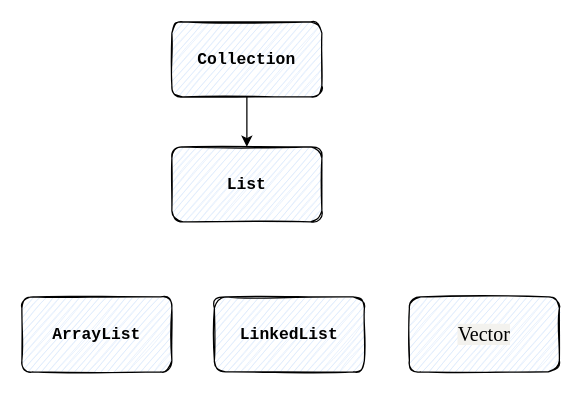
Earlier version of the draw.io diagram 关于List集合.drawio (JavaLiuTongXue/repo2). Source tidied: cells renumbered, new cells numbered last; positions are measured from the earlier drawing's top-left corner, leaving out a move shared by most shapes. Both pictures are drawn from the tidied source at 125%, with x=0, y=0 at pixel (21, 21).
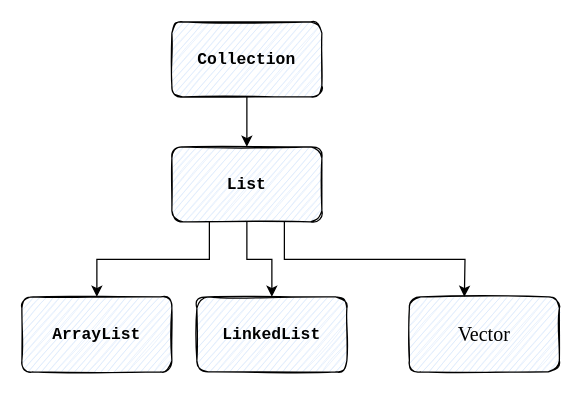
Above is the later version.

Commit message (it also covers changes not shown here):
更新关于List集合.drawio

What changed in the source:
```diff
@@
 <mxGraphModel>
   <root>
     <mxCell id="0" />
     <mxCell id="1" parent="0" />
     <mxCell id="2" style="edgeStyle=orthogonalEdgeStyle;rounded=0;jettySize=auto;html=1;exitX=0.5;exitY=1;exitDx=0;exitDy=0;entryX=0.5;entryY=0;entryDx=0;entryDy=0;fontColor=#000000;" parent="1" edge="1" source="3" target="4">
       <mxGeometry relative="1" as="geometry" />
     </mxCell>
     <mxCell id="3" value="&lt;pre style=&quot;font-family: &amp;#34;jetbrains mono&amp;#34; , monospace ; font-size: 9.8pt&quot;&gt;&lt;b&gt;Collection&lt;/b&gt;&lt;/pre&gt;" style="rounded=1;whiteSpace=wrap;html=1;fillColor=#dae8fc;strokeColor=#000000;gradientColor=none;sketch=1;shadow=0;glass=0;" parent="1" vertex="1">
       <mxGeometry x="120" width="120" height="60" as="geometry" />
     </mxCell>
+    <mxCell id="8" style="edgeStyle=orthogonalEdgeStyle;rounded=0;jettySize=auto;html=1;exitX=0.25;exitY=1;exitDx=0;exitDy=0;entryX=0.5;entryY=0;entryDx=0;entryDy=0;fontColor=#000000;" parent="1" edge="1" source="4" target="5">
+      <mxGeometry relative="1" as="geometry" />
+    </mxCell>
+    <mxCell id="9" style="edgeStyle=orthogonalEdgeStyle;rounded=0;jettySize=auto;html=1;exitX=0.5;exitY=1;exitDx=0;exitDy=0;fontColor=#000000;" parent="1" edge="1" source="4" target="6">
+      <mxGeometry relative="1" as="geometry" />
+    </mxCell>
     <mxCell id="4" value="&lt;pre style=&quot;font-family: &amp;#34;jetbrains mono&amp;#34; , monospace ; font-size: 9.8pt&quot;&gt;&lt;b&gt;List&lt;/b&gt;&lt;/pre&gt;" style="rounded=1;whiteSpace=wrap;html=1;fillColor=#dae8fc;strokeColor=#000000;gradientColor=none;sketch=1;shadow=0;glass=0;" parent="1" vertex="1">
       <mxGeometry x="120" y="100" width="120" height="60" as="geometry" />
     </mxCell>
     <mxCell id="5" value="&lt;pre style=&quot;font-family: &amp;#34;jetbrains mono&amp;#34; , monospace ; font-size: 9.8pt&quot;&gt;&lt;b&gt;ArrayList&lt;/b&gt;&lt;/pre&gt;" style="rounded=1;whiteSpace=wrap;html=1;fillColor=#dae8fc;strokeColor=#000000;gradientColor=none;sketch=1;shadow=0;glass=0;" parent="1" vertex="1">
       <mxGeometry y="220" width="120" height="60" as="geometry" />
     </mxCell>
     <mxCell id="6" value="&lt;pre style=&quot;font-family: &amp;#34;jetbrains mono&amp;#34; , monospace ; font-size: 9.8pt&quot;&gt;&lt;b&gt;LinkedList&lt;/b&gt;&lt;/pre&gt;" style="rounded=1;whiteSpace=wrap;html=1;fillColor=#dae8fc;strokeColor=#000000;gradientColor=none;sketch=1;shadow=0;glass=0;" parent="1" vertex="1">
-      <mxGeometry x="154" y="220" width="120" height="60" as="geometry" />
+      <mxGeometry x="140" y="220" width="120" height="60" as="geometry" />
     </mxCell>
-    <mxCell id="7" value="&lt;span style=&quot;font-family: &amp;#34;pt serif&amp;#34; , &amp;#34;times new roman&amp;#34; , &amp;#34;times&amp;#34; , serif ; font-size: 16px ; background-color: rgb(243 , 242 , 238)&quot;&gt;Vector&lt;/span&gt;" style="rounded=1;whiteSpace=wrap;html=1;fillColor=#dae8fc;strokeColor=#000000;gradientColor=none;sketch=1;shadow=0;glass=0;" parent="1" vertex="1">
+    <mxCell id="7" value="&lt;span style=&quot;font-family: &amp;#34;pt serif&amp;#34; , &amp;#34;times new roman&amp;#34; , &amp;#34;times&amp;#34; , serif ; font-size: 16px&quot;&gt;Vector&lt;/span&gt;" style="rounded=1;whiteSpace=wrap;html=1;fillColor=#dae8fc;strokeColor=#000000;gradientColor=none;sketch=1;shadow=0;glass=0;" parent="1" vertex="1">
       <mxGeometry x="310" y="220" width="120" height="60" as="geometry" />
     </mxCell>
+    <mxCell id="10" style="edgeStyle=orthogonalEdgeStyle;rounded=0;jettySize=auto;html=1;exitX=0.75;exitY=1;exitDx=0;exitDy=0;fontColor=#000000;" parent="1" edge="1" source="4">
+      <mxGeometry relative="1" as="geometry">
+        <mxPoint x="354" y="220" as="targetPoint" />
+      </mxGeometry>
+    </mxCell>
   </root>
 </mxGraphModel>
```
